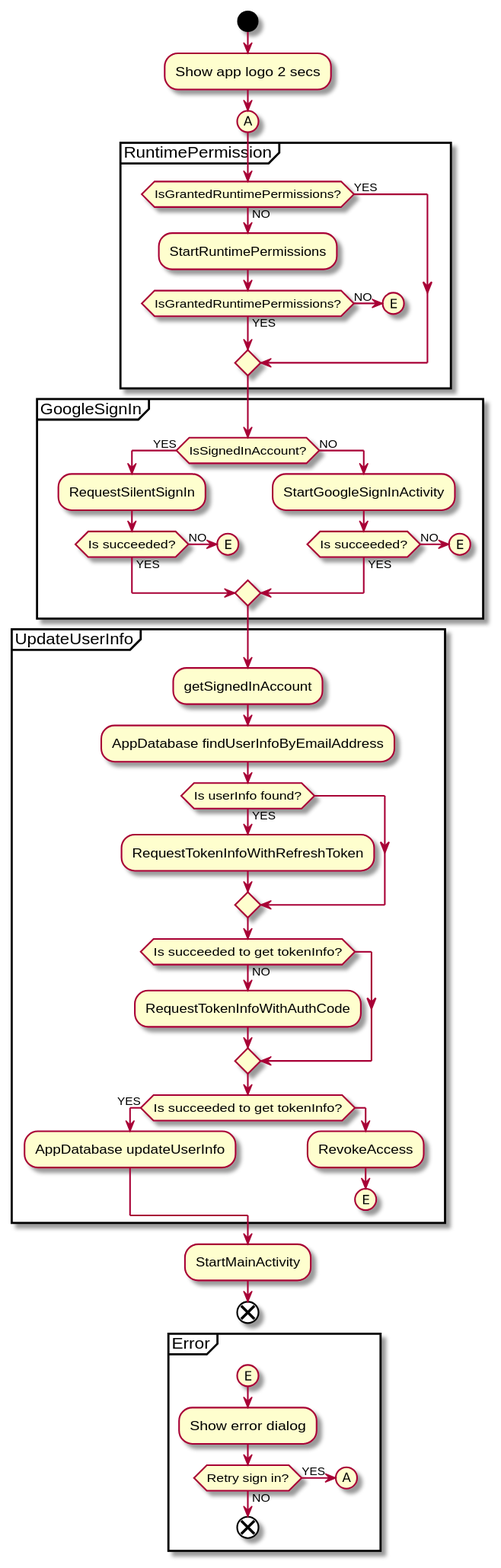
Before: uml/splash/activity_diagram_splash.svg, a diagram exported from PlantUML (sallyluenoa/PhotoSlideShow).
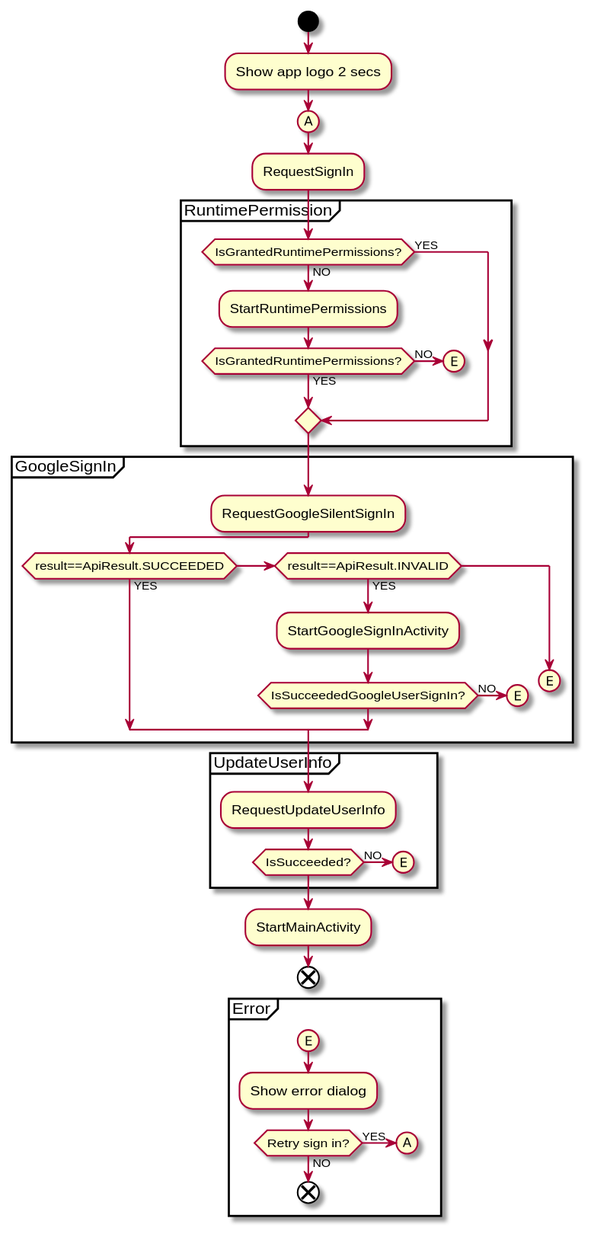
After the commit.

Diff of the diagram source:
```diff
@@ -1,8 +1,9 @@
 @startuml
 start
 :Show app logo 2 secs;
+(A)
+:RequestSignIn;
 
-(A)
 partition RuntimePermission {
   if (IsGrantedRuntimePermissions?) then (YES)
   else (NO)
@@ -17,44 +18,26 @@
 }
 
 partition GoogleSignIn {
-  if (IsSignedInAccount?) then (YES)
-    :RequestSilentSignIn;
+  :RequestGoogleSilentSignIn;
 
-    if (Is succeeded?) then (YES)
-    else (NO)
+  if (result==ApiResult.SUCCEEDED) then (YES)
+  elseif (result==ApiResult.INVALID) then (YES)
+    :StartGoogleSignInActivity;
+
+    if (IsSucceededGoogleUserSignIn?) then (NO)
       (E)
       detach
     endif
-
-  else (NO)
-    :StartGoogleSignInActivity;
-
-    if (Is succeeded?) then (YES)
-    else (NO)
-      (E)
-      detach
-    endif
-
+  else
+    (E)
+    detach
   endif
 }
 
 partition UpdateUserInfo {
-  :getSignedInAccount;
+  :RequestUpdateUserInfo;
 
-  :AppDatabase findUserInfoByEmailAddress;
-
-  if (Is userInfo found?) then (YES)
-    :RequestTokenInfoWithRefreshToken;
-  endif
-
-  if (Is succeeded to get tokenInfo?) then (NO)
-    :RequestTokenInfoWithAuthCode;
-  endif
-
-  if (Is succeeded to get tokenInfo?) then (YES)
-    :AppDatabase updateUserInfo;
-  else
-    :RevokeAccess;
+  if (IsSucceeded?) then (NO)
     (E)
     detach
   endif
```
